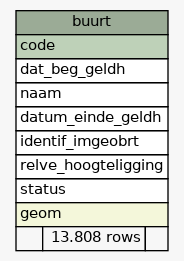
The Graphviz diagram datamodel/schemaspy/diagrams/summary/buurt.1degree.png in B3Partners/brmo, before a commit. Its source is kept beside it as datamodel/schemaspy/diagrams/summary/buurt.1degree.dot.
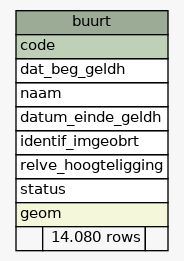
The same diagram one commit later.

Diff of the diagram source:
```diff
@@ -27,7 +27,7 @@
       <TR><TD PORT="relve_hoogteligging" COLSPAN="3" ALIGN="LEFT">relve_hoogteligging</TD></TR>
       <TR><TD PORT="status" COLSPAN="3" ALIGN="LEFT">status</TD></TR>
       <TR><TD PORT="geom" COLSPAN="3" BGCOLOR="#f4f7da" ALIGN="LEFT">geom</TD></TR>
-      <TR><TD ALIGN="LEFT" BGCOLOR="#f7f7f7">  </TD><TD ALIGN="RIGHT" BGCOLOR="#f7f7f7">13.808 rows</TD><TD ALIGN="RIGHT" BGCOLOR="#f7f7f7">  </TD></TR>
+      <TR><TD ALIGN="LEFT" BGCOLOR="#f7f7f7">  </TD><TD ALIGN="RIGHT" BGCOLOR="#f7f7f7">14.080 rows</TD><TD ALIGN="RIGHT" BGCOLOR="#f7f7f7">  </TD></TR>
     </TABLE>>
     URL="tables/buurt.html"
     tooltip="buurt"
```
